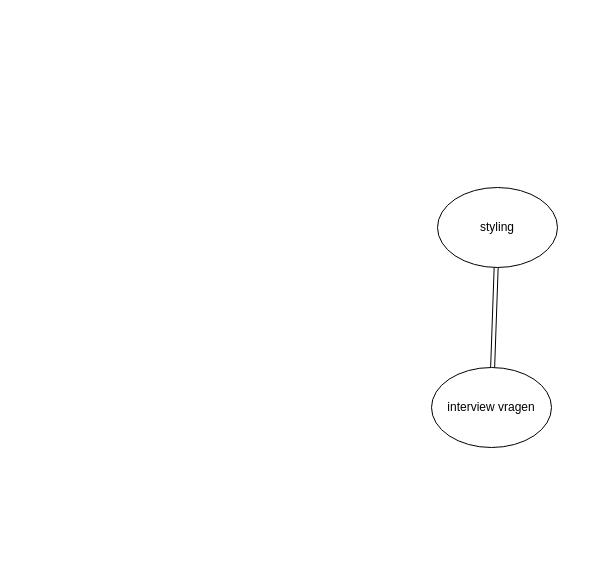
Before: mindmap.drawio in NickSchoenmakers/Barroc-Intens-App, a draw.io diagram. Source tidied: cells renumbered, new cells numbered last; positions are measured from the earlier drawing's top-left corner, leaving out a move shared by most shapes. Both pictures are drawn from the tidied source at 100%, with x=0, y=0 at pixel (431, 187).
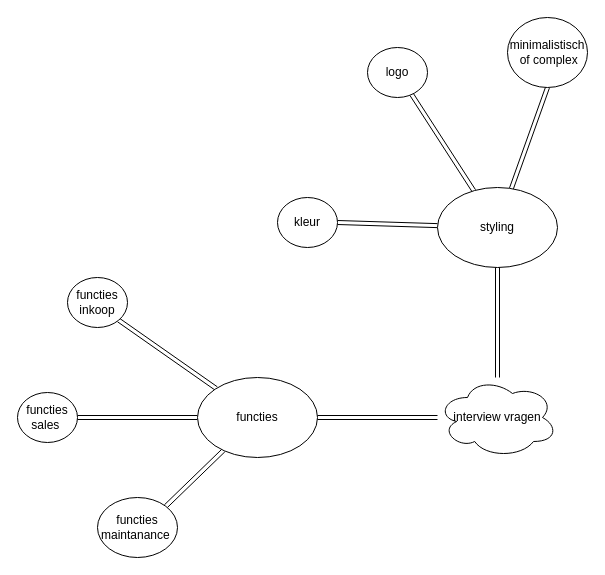
After the change.

The edit, as a diff of the source:
```diff
@@
 <mxGraphModel>
   <root>
     <mxCell id="0" />
     <mxCell id="1" parent="0" />
+    <mxCell id="5" style="edgeStyle=none;shape=link;rounded=0;jettySize=auto;html=1;entryX=1;entryY=0.5;entryDx=0;entryDy=0;strokeColor=default;" parent="1" edge="1" source="4" target="13">
+      <mxGeometry relative="1" as="geometry" />
+    </mxCell>
+    <mxCell id="6" style="edgeStyle=none;shape=link;rounded=0;jettySize=auto;html=1;strokeColor=default;" parent="1" edge="1" source="4" target="14">
+      <mxGeometry relative="1" as="geometry" />
+    </mxCell>
+    <mxCell id="7" style="edgeStyle=none;shape=link;rounded=0;jettySize=auto;html=1;entryX=0.5;entryY=1;entryDx=0;entryDy=0;strokeColor=default;" parent="1" edge="1" source="4" target="15">
+      <mxGeometry relative="1" as="geometry" />
+    </mxCell>
+    <mxCell id="4" value="styling" style="ellipse;whiteSpace=wrap;html=1;" parent="1" vertex="1">
+      <mxGeometry x="6" width="120" height="80" as="geometry" />
+    </mxCell>
+    <mxCell id="8" style="edgeStyle=none;shape=link;rounded=0;jettySize=auto;html=1;entryX=1;entryY=1;entryDx=0;entryDy=0;strokeColor=default;" parent="1" edge="1" source="11" target="16">
+      <mxGeometry relative="1" as="geometry" />
+    </mxCell>
+    <mxCell id="9" style="edgeStyle=none;shape=link;rounded=0;jettySize=auto;html=1;entryX=1;entryY=0.5;entryDx=0;entryDy=0;strokeColor=default;" parent="1" edge="1" source="11" target="17">
+      <mxGeometry relative="1" as="geometry" />
+    </mxCell>
+    <mxCell id="10" style="edgeStyle=none;shape=link;rounded=0;jettySize=auto;html=1;entryX=1;entryY=0;entryDx=0;entryDy=0;strokeColor=default;" parent="1" edge="1" source="11" target="18">
+      <mxGeometry relative="1" as="geometry" />
+    </mxCell>
+    <mxCell id="11" value="functies" style="ellipse;whiteSpace=wrap;html=1;" parent="1" vertex="1">
+      <mxGeometry x="-234" y="190" width="120" height="80" as="geometry" />
+    </mxCell>
-    <mxCell id="2" style="rounded=0;jettySize=auto;html=1;strokeColor=default;shape=link;" parent="1" edge="1" source="3" target="4">
+    <mxCell id="2" style="edgeStyle=none;shape=link;rounded=0;jettySize=auto;html=1;entryX=0.5;entryY=1;entryDx=0;entryDy=0;strokeColor=default;" parent="1" edge="1" source="3" target="4">
       <mxGeometry relative="1" as="geometry" />
     </mxCell>
+    <mxCell id="12" style="edgeStyle=none;shape=link;rounded=0;jettySize=auto;html=1;entryX=1;entryY=0.5;entryDx=0;entryDy=0;strokeColor=default;" parent="1" edge="1" source="3" target="11">
+      <mxGeometry relative="1" as="geometry" />
+    </mxCell>
-    <mxCell id="3" value="interview vragen" style="ellipse;whiteSpace=wrap;html=1;" parent="1" vertex="1">
-      <mxGeometry y="180" width="120" height="80" as="geometry" />
+    <mxCell id="3" value="interview vragen" style="ellipse;shape=cloud;whiteSpace=wrap;html=1;" parent="1" vertex="1">
+      <mxGeometry x="6" y="190" width="120" height="80" as="geometry" />
     </mxCell>
-    <mxCell id="4" value="styling" style="ellipse;whiteSpace=wrap;html=1;" parent="1" vertex="1">
-      <mxGeometry x="6" width="120" height="80" as="geometry" />
-    </mxCell>
+    <mxCell id="13" value="kleur" style="ellipse;whiteSpace=wrap;html=1;" parent="1" vertex="1">
+      <mxGeometry x="-154" y="10" width="60" height="50" as="geometry" />
+    </mxCell>
+    <mxCell id="14" value="logo" style="ellipse;whiteSpace=wrap;html=1;" parent="1" vertex="1">
+      <mxGeometry x="-64" y="-140" width="60" height="50" as="geometry" />
+    </mxCell>
+    <mxCell id="15" value="minimalistisch&lt;br&gt;&amp;nbsp;of complex" style="ellipse;whiteSpace=wrap;html=1;" parent="1" vertex="1">
+      <mxGeometry x="76" y="-170" width="80" height="70" as="geometry" />
+    </mxCell>
+    <mxCell id="16" value="functies inkoop" style="ellipse;whiteSpace=wrap;html=1;" parent="1" vertex="1">
+      <mxGeometry x="-364" y="90" width="60" height="50" as="geometry" />
+    </mxCell>
+    <mxCell id="17" value="functies sales&amp;nbsp;" style="ellipse;whiteSpace=wrap;html=1;" parent="1" vertex="1">
+      <mxGeometry x="-414" y="205" width="60" height="50" as="geometry" />
+    </mxCell>
+    <mxCell id="18" value="functies maintanance&amp;nbsp;" style="ellipse;whiteSpace=wrap;html=1;" parent="1" vertex="1">
+      <mxGeometry x="-334" y="310" width="80" height="60" as="geometry" />
+    </mxCell>
   </root>
 </mxGraphModel>
```
